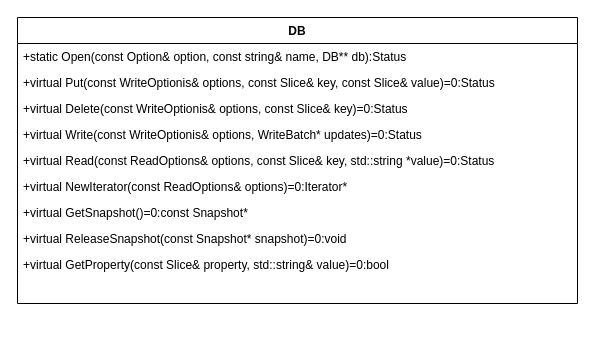
The draw.io diagram leveldb.drawio in matenghakuna163/ebook, before the edit. Source tidied: cells renumbered, new cells numbered last; positions are measured from the earlier drawing's top-left corner, leaving out a move shared by most shapes. Both pictures are drawn from the tidied source at 100%, with x=0, y=0 at pixel (17, 17).
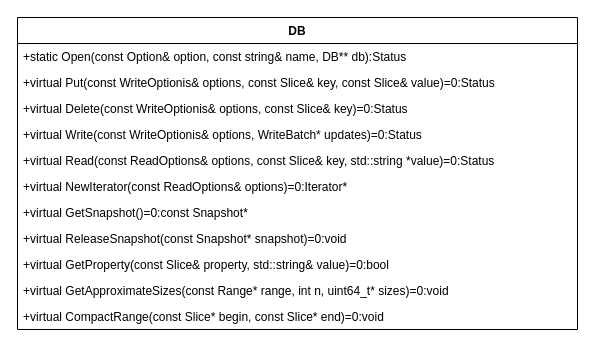
Above is the later version.

Change to the diagram source:
```diff
@@
 <mxGraphModel>
   <root>
     <mxCell id="0" />
     <mxCell id="1" parent="0" />
     <mxCell id="2" value="DB" style="swimlane;fontStyle=1;align=center;verticalAlign=top;horizontal=1;startSize=26;whiteSpace=wrap;html=1;glass=0;fontFamily=Helvetica;" parent="1" vertex="1">
-      <mxGeometry width="560" height="286" as="geometry" />
+      <mxGeometry width="560" height="312" as="geometry" />
     </mxCell>
     <mxCell id="3" value="+static Open(const Option&amp;amp; option, const string&amp;amp; name, DB** db):Status" style="text;strokeColor=none;fillColor=none;align=left;verticalAlign=top;spacingLeft=4;spacingRight=4;overflow=hidden;whiteSpace=wrap;html=1;fontFamily=Helvetica;" parent="2" vertex="1">
       <mxGeometry y="26" width="560" height="26" as="geometry" />
     </mxCell>
     <mxCell id="4" value="+virtual Put(const WriteOptionis&amp;amp; options, const Slice&amp;amp; key, const Slice&amp;amp; value)=0:Status" style="text;strokeColor=none;fillColor=none;align=left;verticalAlign=top;spacingLeft=4;spacingRight=4;overflow=hidden;whiteSpace=wrap;html=1;fontFamily=Helvetica;" parent="2" vertex="1">
       <mxGeometry y="52" width="560" height="26" as="geometry" />
     </mxCell>
     <mxCell id="5" value="+virtual Delete(const WriteOptionis&amp;amp; options, const Slice&amp;amp; key)=0:Status" style="text;strokeColor=none;fillColor=none;align=left;verticalAlign=top;spacingLeft=4;spacingRight=4;overflow=hidden;whiteSpace=wrap;html=1;fontFamily=Helvetica;" parent="2" vertex="1">
       <mxGeometry y="78" width="560" height="26" as="geometry" />
     </mxCell>
     <mxCell id="6" value="+virtual Write(const WriteOptionis&amp;amp; options, WriteBatch* updates)=0:Status" style="text;strokeColor=none;fillColor=none;align=left;verticalAlign=top;spacingLeft=4;spacingRight=4;overflow=hidden;whiteSpace=wrap;html=1;fontFamily=Helvetica;" parent="2" vertex="1">
       <mxGeometry y="104" width="560" height="26" as="geometry" />
     </mxCell>
     <mxCell id="7" value="+virtual Read(const ReadOptions&amp;amp; options, const Slice&amp;amp; key, std::string *value)=0:Status&lt;br&gt;" style="text;strokeColor=none;fillColor=none;align=left;verticalAlign=top;spacingLeft=4;spacingRight=4;overflow=hidden;whiteSpace=wrap;html=1;fontFamily=Helvetica;" parent="2" vertex="1">
       <mxGeometry y="130" width="560" height="26" as="geometry" />
     </mxCell>
     <mxCell id="8" value="+virtual NewIterator(const ReadOptions&amp;amp; options)=0:Iterator*" style="text;strokeColor=none;fillColor=none;align=left;verticalAlign=top;spacingLeft=4;spacingRight=4;overflow=hidden;whiteSpace=wrap;html=1;fontFamily=Helvetica;" parent="2" vertex="1">
       <mxGeometry y="156" width="560" height="26" as="geometry" />
     </mxCell>
     <mxCell id="9" value="+virtual GetSnapshot()=0:const Snapshot*" style="text;strokeColor=none;fillColor=none;align=left;verticalAlign=top;spacingLeft=4;spacingRight=4;overflow=hidden;whiteSpace=wrap;html=1;fontFamily=Helvetica;" parent="2" vertex="1">
       <mxGeometry y="182" width="560" height="26" as="geometry" />
     </mxCell>
     <mxCell id="10" value="+virtual ReleaseSnapshot(const Snapshot* snapshot)=0:void" style="text;strokeColor=none;fillColor=none;align=left;verticalAlign=top;spacingLeft=4;spacingRight=4;overflow=hidden;whiteSpace=wrap;html=1;fontFamily=Helvetica;" parent="2" vertex="1">
       <mxGeometry y="208" width="560" height="26" as="geometry" />
     </mxCell>
     <mxCell id="11" value="+virtual GetProperty(const Slice&amp;amp; property, std::string&amp;amp; value)=0:bool" style="text;strokeColor=none;fillColor=none;align=left;verticalAlign=top;spacingLeft=4;spacingRight=4;overflow=hidden;whiteSpace=wrap;html=1;fontFamily=Helvetica;" parent="2" vertex="1">
       <mxGeometry y="234" width="560" height="26" as="geometry" />
     </mxCell>
-    <mxCell id="12" style="text;strokeColor=none;fillColor=none;align=left;verticalAlign=top;spacingLeft=4;spacingRight=4;overflow=hidden;whiteSpace=wrap;html=1;fontFamily=Helvetica;" parent="2" vertex="1">
+    <mxCell id="12" value="+virtual GetApproximateSizes(const Range* range, int n, uint64_t* sizes)=0:void" style="text;strokeColor=none;fillColor=none;align=left;verticalAlign=top;spacingLeft=4;spacingRight=4;overflow=hidden;whiteSpace=wrap;html=1;fontFamily=Helvetica;" parent="2" vertex="1">
       <mxGeometry y="260" width="560" height="26" as="geometry" />
     </mxCell>
+    <mxCell id="13" value="+virtual CompactRange(const Slice* begin, const Slice* end)=0:void" style="text;strokeColor=none;fillColor=none;align=left;verticalAlign=top;spacingLeft=4;spacingRight=4;overflow=hidden;whiteSpace=wrap;html=1;fontFamily=Helvetica;" parent="2" vertex="1">
+      <mxGeometry y="286" width="560" height="26" as="geometry" />
+    </mxCell>
   </root>
 </mxGraphModel>
```
